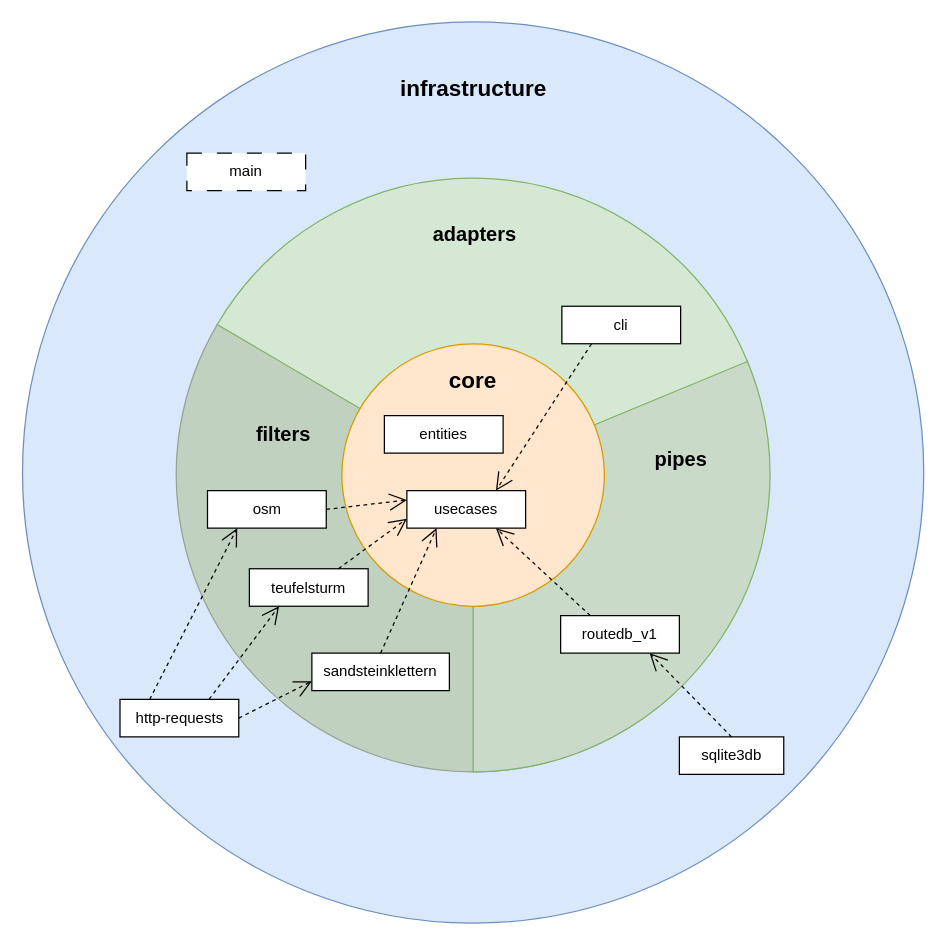
Above: doc/architecture/scraper/sysarc_overview.drawio in aardjon/trad (draw.io), before the change. Source tidied: cells renumbered, new cells numbered last; positions are measured from the earlier drawing's top-left corner, leaving out a move shared by most shapes. Both pictures are drawn from the tidied source at 125%, with x=0, y=0 at pixel (21, 21).
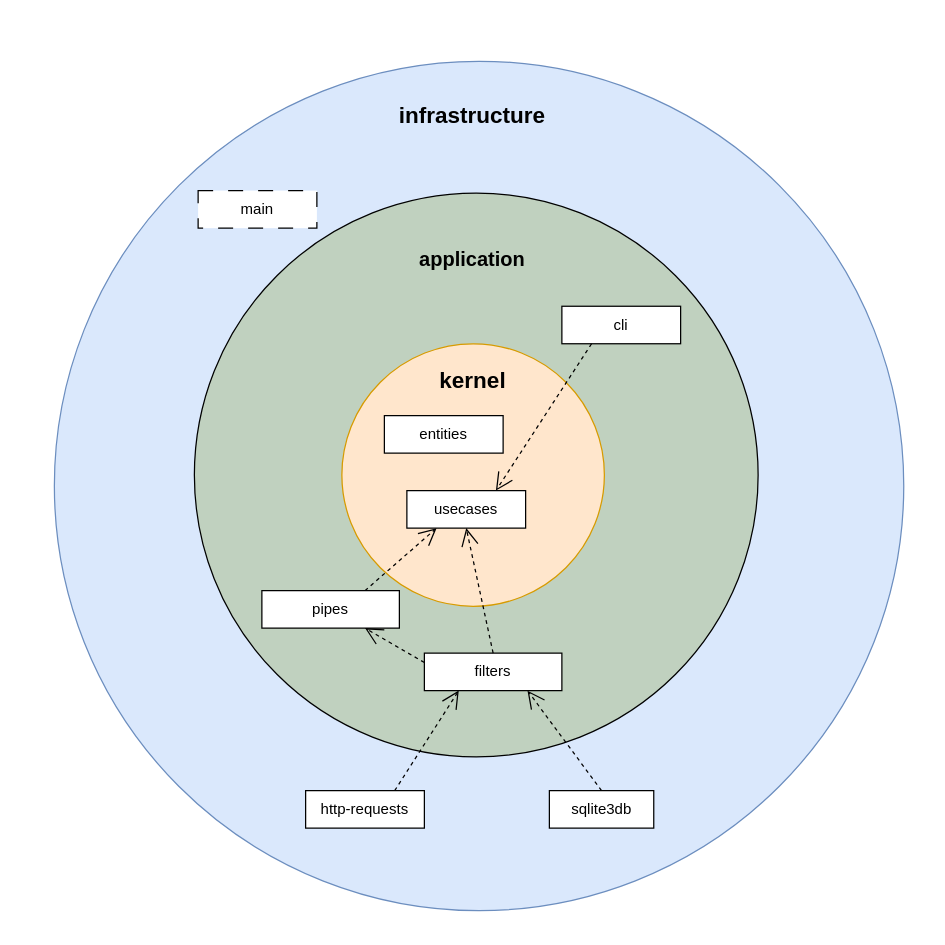
The same diagram, later.

The change refers to these unchanged cells:
```xml
<mxCell id="15" value="usecases" style="html=1;whiteSpace=wrap;" parent="1" vertex="1">
  <mxGeometry x="308" y="375" width="95" height="30" as="geometry" />
</mxCell>
```

The edit, as a diff of the source:
```diff
@@
     <mxCell id="2" style="ellipse;whiteSpace=wrap;html=1;fillColor=#dae8fc;strokeColor=#6c8ebf;" parent="1" vertex="1">
-      <mxGeometry x="0.5" width="721" height="721" as="geometry" />
+      <mxGeometry x="26" y="31.5" width="679.5" height="679.5" as="geometry" />
     </mxCell>
-    <mxCell id="3" style="verticalLabelPosition=bottom;verticalAlign=top;html=1;shape=mxgraph.basic.pie;startAngle=0.13072253062145314;endAngle=0.5848776785430772;direction=south;fillColor=#C0D1BF;strokeColor=#96A396;" parent="1" vertex="1">
-      <mxGeometry x="123.5" y="125" width="475" height="475" as="geometry" />
-    </mxCell>
-    <mxCell id="4" style="verticalLabelPosition=bottom;verticalAlign=top;html=1;shape=mxgraph.basic.pie;startAngle=0.18690441013009104;endAngle=0.5;fillColor=#C9DBC8;strokeColor=#82b366;" parent="1" vertex="1">
-      <mxGeometry x="123.5" y="125" width="475" height="475" as="geometry" />
-    </mxCell>
-    <mxCell id="5" style="verticalLabelPosition=bottom;verticalAlign=top;html=1;shape=mxgraph.basic.pie;startAngle=0.08462651366516634;endAngle=0.4375571266747136;direction=north;rotation=0;fillColor=#d5e8d4;strokeColor=#82b366;" parent="1" vertex="1">
-      <mxGeometry x="123.5" y="125" width="475" height="475" as="geometry" />
-    </mxCell>
+    <mxCell id="30" style="ellipse;whiteSpace=wrap;html=1;fillColor=#C0D1BF;" parent="1" vertex="1">
+      <mxGeometry x="138" y="137" width="451" height="451" as="geometry" />
+    </mxCell>
-    <mxCell id="6" value="&lt;b style=&quot;font-size: 18px;&quot;&gt;&lt;font style=&quot;font-size: 18px;&quot;&gt;core&lt;br&gt;&lt;br&gt;&lt;br&gt;&lt;br&gt;&lt;br&gt;&lt;br&gt;&lt;/font&gt;&lt;/b&gt;&lt;div style=&quot;font-size: 18px;&quot;&gt;&lt;b&gt;&lt;font style=&quot;font-size: 18px;&quot;&gt;&lt;br&gt;&lt;/font&gt;&lt;/b&gt;&lt;/div&gt;&lt;div style=&quot;font-size: 18px;&quot;&gt;&lt;br&gt;&lt;/div&gt;" style="ellipse;whiteSpace=wrap;html=1;fillColor=#ffe6cc;strokeColor=#d79b00;" parent="1" vertex="1">
+    <mxCell id="6" value="&lt;div style=&quot;font-size: 18px;&quot;&gt;&lt;b&gt;kernel&lt;/b&gt;&lt;/div&gt;&lt;div style=&quot;font-size: 18px;&quot;&gt;&lt;b&gt;&lt;br&gt;&lt;/b&gt;&lt;/div&gt;&lt;div style=&quot;font-size: 18px;&quot;&gt;&lt;b&gt;&lt;br&gt;&lt;/b&gt;&lt;/div&gt;&lt;div style=&quot;font-size: 18px;&quot;&gt;&lt;b&gt;&lt;br&gt;&lt;/b&gt;&lt;/div&gt;&lt;div style=&quot;font-size: 18px;&quot;&gt;&lt;b&gt;&lt;br&gt;&lt;/b&gt;&lt;/div&gt;&lt;div style=&quot;font-size: 18px;&quot;&gt;&lt;b&gt;&lt;br&gt;&lt;/b&gt;&lt;/div&gt;&lt;div style=&quot;font-size: 18px;&quot;&gt;&lt;b&gt;&lt;br&gt;&lt;/b&gt;&lt;/div&gt;&lt;div style=&quot;font-size: 18px;&quot;&gt;&lt;b&gt;&lt;br&gt;&lt;/b&gt;&lt;/div&gt;" style="ellipse;whiteSpace=wrap;html=1;fillColor=#ffe6cc;strokeColor=#d79b00;" parent="1" vertex="1">
       <mxGeometry x="256" y="257.5" width="210" height="210" as="geometry" />
     </mxCell>
     <mxCell id="7" value="sqlite3db" style="html=1;whiteSpace=wrap;" parent="1" vertex="1">
-      <mxGeometry x="526" y="572" width="83.5" height="30" as="geometry" />
+      <mxGeometry x="422" y="615" width="83.5" height="30" as="geometry" />
     </mxCell>
     <mxCell id="8" value="main" style="html=1;whiteSpace=wrap;dashed=1;dashPattern=12 12;" parent="1" vertex="1">
-      <mxGeometry x="132" y="105" width="95" height="30" as="geometry" />
+      <mxGeometry x="141" y="135" width="95" height="30" as="geometry" />
     </mxCell>
     <mxCell id="9" value="&lt;font style=&quot;font-size: 18px;&quot;&gt;&lt;b&gt;infrastructure&lt;/b&gt;&lt;/font&gt;" style="text;html=1;align=center;verticalAlign=middle;strokeColor=none;fillColor=none;" parent="1" vertex="1">
-      <mxGeometry x="291" y="34" width="140" height="40" as="geometry" />
+      <mxGeometry x="290" y="55" width="140" height="40" as="geometry" />
     </mxCell>
-    <mxCell id="10" value="osm" style="html=1;whiteSpace=wrap;" parent="1" vertex="1">
-      <mxGeometry x="148.5" y="375" width="95" height="30" as="geometry" />
-    </mxCell>
-    <mxCell id="11" value="teufelsturm" style="html=1;whiteSpace=wrap;" parent="1" vertex="1">
-      <mxGeometry x="182" y="437.5" width="95" height="30" as="geometry" />
-    </mxCell>
-    <mxCell id="12" value="sandsteinklettern" style="html=1;whiteSpace=wrap;" parent="1" vertex="1">
-      <mxGeometry x="232" y="505" width="110" height="30" as="geometry" />
+    <mxCell id="12" value="filters" style="html=1;whiteSpace=wrap;" parent="1" vertex="1">
+      <mxGeometry x="322" y="505" width="110" height="30" as="geometry" />
     </mxCell>
-    <mxCell id="13" value="routedb_v1" style="html=1;whiteSpace=wrap;" parent="1" vertex="1">
-      <mxGeometry x="431" y="475" width="95" height="30" as="geometry" />
-    </mxCell>
     <mxCell id="14" value="http-requests" style="html=1;whiteSpace=wrap;" parent="1" vertex="1">
-      <mxGeometry x="78.5" y="542" width="95" height="30" as="geometry" />
+      <mxGeometry x="227" y="615" width="95" height="30" as="geometry" />
     </mxCell>
@@
-    <mxCell id="16" style="endArrow=open;endSize=12;dashed=1;html=1;rounded=0;exitX=1;exitY=0.5;exitDx=0;exitDy=0;entryX=0;entryY=0.25;entryDx=0;entryDy=0;" parent="1" edge="1" source="10" target="15">
-      <mxGeometry relative="1" as="geometry" />
-    </mxCell>
-    <mxCell id="17" style="endArrow=open;endSize=12;dashed=1;html=1;rounded=0;exitX=0.75;exitY=0;exitDx=0;exitDy=0;entryX=0;entryY=0.75;entryDx=0;entryDy=0;" parent="1" edge="1" source="11" target="15">
-      <mxGeometry relative="1" as="geometry" />
-    </mxCell>
-    <mxCell id="18" style="endArrow=open;endSize=12;dashed=1;html=1;rounded=0;exitX=0.5;exitY=0;exitDx=0;exitDy=0;entryX=0.25;entryY=1;entryDx=0;entryDy=0;" parent="1" edge="1" source="12" target="15">
+    <mxCell id="18" style="endArrow=open;endSize=12;dashed=1;html=1;rounded=0;exitX=0.5;exitY=0;exitDx=0;exitDy=0;entryX=0.5;entryY=1;entryDx=0;entryDy=0;" parent="1" edge="1" source="12" target="15">
       <mxGeometry relative="1" as="geometry" />
     </mxCell>
-    <mxCell id="19" style="endArrow=open;endSize=12;dashed=1;html=1;rounded=0;exitX=0.25;exitY=0;exitDx=0;exitDy=0;entryX=0.75;entryY=1;entryDx=0;entryDy=0;" parent="1" edge="1" source="13" target="15">
-      <mxGeometry relative="1" as="geometry" />
-    </mxCell>
-    <mxCell id="20" value="&lt;b&gt;&lt;font style=&quot;font-size: 16px;&quot;&gt;adapters&lt;/font&gt;&lt;/b&gt;" style="text;html=1;align=center;verticalAlign=middle;strokeColor=none;fillColor=none;" parent="1" vertex="1">
-      <mxGeometry x="317" y="155" width="90" height="30" as="geometry" />
+    <mxCell id="20" value="&lt;b&gt;&lt;font style=&quot;font-size: 16px;&quot;&gt;application&lt;/font&gt;&lt;/b&gt;" style="text;html=1;align=center;verticalAlign=middle;strokeColor=none;fillColor=none;" parent="1" vertex="1">
+      <mxGeometry x="305" y="175" width="110" height="30" as="geometry" />
     </mxCell>
-    <mxCell id="21" value="&lt;b&gt;&lt;font style=&quot;font-size: 16px;&quot;&gt;pipes&lt;/font&gt;&lt;/b&gt;" style="text;html=1;align=center;verticalAlign=middle;points=[];strokeColor=none;fillColor=none;" parent="1" vertex="1">
-      <mxGeometry x="492" y="335" width="70" height="30" as="geometry" />
-    </mxCell>
-    <mxCell id="22" value="&lt;b&gt;&lt;font style=&quot;font-size: 16px;&quot;&gt;filters&lt;/font&gt;&lt;/b&gt;" style="text;html=1;align=center;verticalAlign=middle;strokeColor=none;fillColor=none;" parent="1" vertex="1">
-      <mxGeometry x="173.5" y="315" width="70" height="30" as="geometry" />
-    </mxCell>
-    <mxCell id="23" style="endArrow=open;endSize=12;dashed=1;html=1;rounded=0;exitX=0.5;exitY=0;exitDx=0;exitDy=0;entryX=0.75;entryY=1;entryDx=0;entryDy=0;" parent="1" edge="1" source="7" target="13">
+    <mxCell id="23" style="endArrow=open;endSize=12;dashed=1;html=1;rounded=0;exitX=0.5;exitY=0;exitDx=0;exitDy=0;entryX=0.75;entryY=1;entryDx=0;entryDy=0;" parent="1" edge="1" source="7" target="12">
       <mxGeometry relative="1" as="geometry" />
     </mxCell>
-    <mxCell id="24" style="endArrow=open;endSize=12;dashed=1;html=1;rounded=0;exitX=1;exitY=0.5;exitDx=0;exitDy=0;entryX=0;entryY=0.75;entryDx=0;entryDy=0;" parent="1" edge="1" source="14" target="12">
+    <mxCell id="24" style="endArrow=open;endSize=12;dashed=1;html=1;rounded=0;exitX=0.75;exitY=0;exitDx=0;exitDy=0;entryX=0.25;entryY=1;entryDx=0;entryDy=0;" parent="1" edge="1" source="14" target="12">
       <mxGeometry relative="1" as="geometry" />
     </mxCell>
-    <mxCell id="25" style="endArrow=open;endSize=12;dashed=1;html=1;rounded=0;exitX=0.75;exitY=0;exitDx=0;exitDy=0;entryX=0.25;entryY=1;entryDx=0;entryDy=0;" parent="1" edge="1" source="14" target="11">
-      <mxGeometry relative="1" as="geometry" />
-    </mxCell>
-    <mxCell id="26" style="endArrow=open;endSize=12;dashed=1;html=1;rounded=0;exitX=0.25;exitY=0;exitDx=0;exitDy=0;entryX=0.25;entryY=1;entryDx=0;entryDy=0;" parent="1" edge="1" source="14" target="10">
-      <mxGeometry relative="1" as="geometry" />
-    </mxCell>
@@
+    <mxCell id="21" value="pipes" style="html=1;whiteSpace=wrap;" parent="1" vertex="1">
+      <mxGeometry x="192" y="455" width="110" height="30" as="geometry" />
+    </mxCell>
+    <mxCell id="31" style="endArrow=open;endSize=12;dashed=1;html=1;rounded=0;exitX=0.75;exitY=0;exitDx=0;exitDy=0;entryX=0.25;entryY=1;entryDx=0;entryDy=0;" parent="1" edge="1" source="21" target="15">
+      <mxGeometry relative="1" as="geometry" />
+    </mxCell>
+    <mxCell id="32" style="endArrow=open;endSize=12;dashed=1;html=1;rounded=0;exitX=0;exitY=0.25;exitDx=0;exitDy=0;entryX=0.75;entryY=1;entryDx=0;entryDy=0;" parent="1" edge="1" source="12" target="21">
+      <mxGeometry relative="1" as="geometry" />
+    </mxCell>
```
